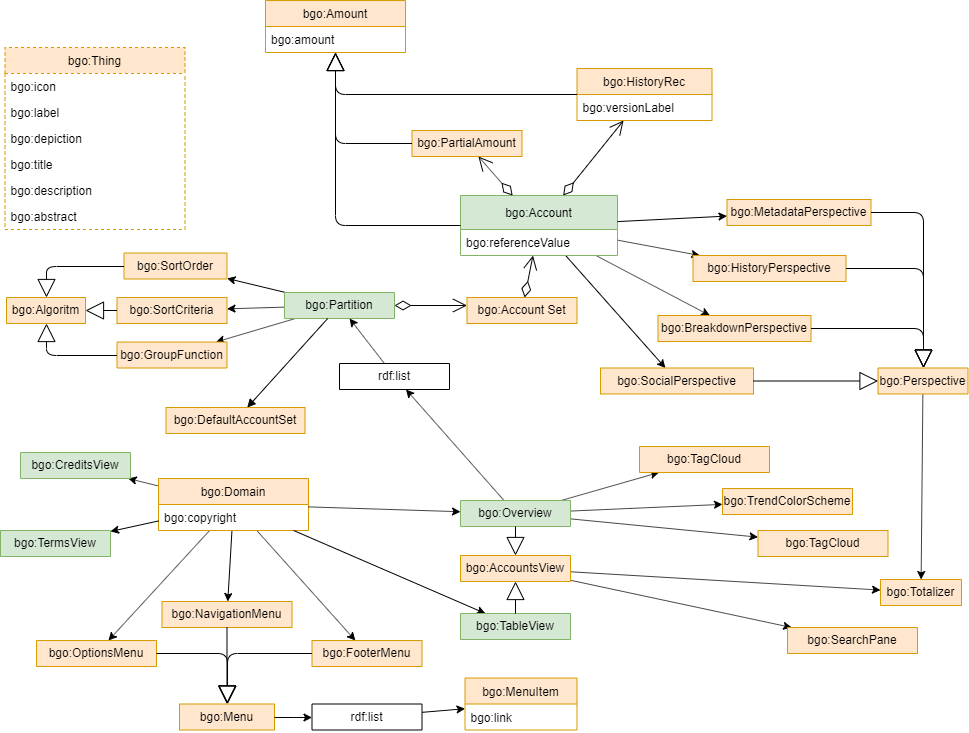
Earlier version of the draw.io export v1/bgo/doc/uml-diagram.png (linkeddatacenter/LODMAP-ontologies). Source tidied: cells renumbered, new cells last; positions are measured from the earlier drawing's top-left corner, leaving out a move shared by most shapes.
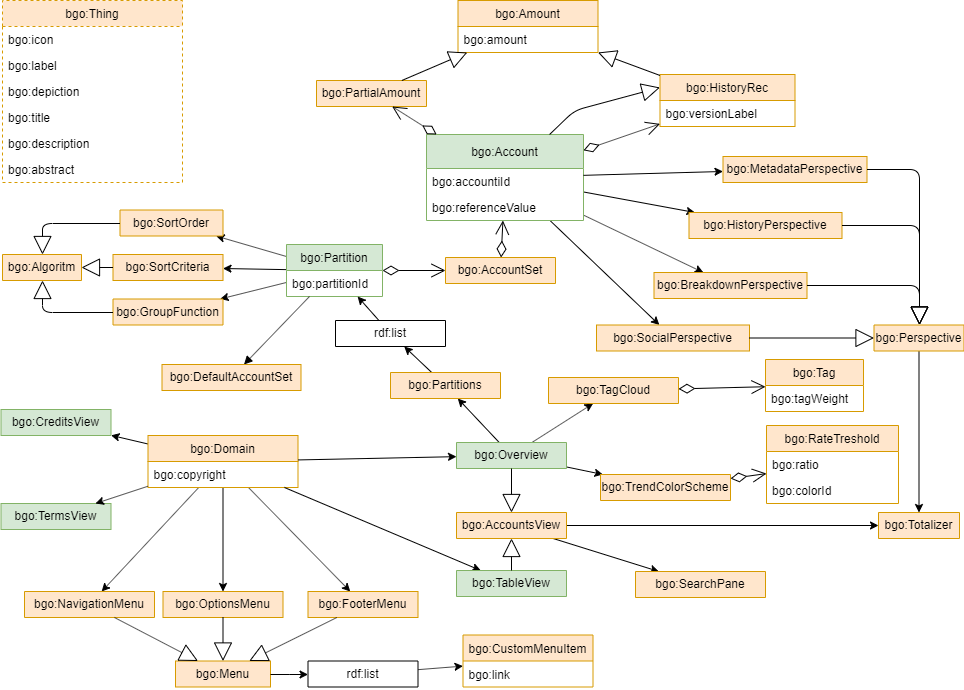
After the change.

What changed in the source:
```diff
@@ -12,37 +12,44 @@
       <mxGeometry relative="1" as="geometry" />
     </mxCell>
     <mxCell id="5" value="bgo:Amount" style="swimlane;fontStyle=0;horizontal=1;startSize=26;fillColor=#ffe6cc;swimlaneFillColor=#ffffff;strokeColor=#d79b00;" parent="1" vertex="1">
-      <mxGeometry x="265" width="140" height="52" as="geometry" />
+      <mxGeometry x="461.5" y="43" width="140" height="52" as="geometry" />
     </mxCell>
     <mxCell id="6" value="bgo:amount&#10;" style="text;strokeColor=none;fillColor=none;align=left;verticalAlign=top;spacingLeft=4;spacingRight=4;overflow=hidden;" parent="5" vertex="1">
       <mxGeometry y="26" width="140" height="26" as="geometry" />
     </mxCell>
     <mxCell id="7" value="bgo:HistoryRec" style="swimlane;fontStyle=0;horizontal=1;startSize=26;fillColor=#ffe6cc;swimlaneFillColor=#ffffff;strokeColor=#d79b00;" parent="1" vertex="1">
-      <mxGeometry x="576.5" y="68" width="135" height="52" as="geometry" />
+      <mxGeometry x="663.5" y="117" width="135" height="52" as="geometry" />
     </mxCell>
     <mxCell id="8" value="bgo:versionLabel" style="text;strokeColor=none;fillColor=none;align=left;verticalAlign=top;spacingLeft=4;spacingRight=4;overflow=hidden;" parent="7" vertex="1">
       <mxGeometry y="26" width="135" height="26" as="geometry" />
     </mxCell>
     <mxCell id="9" value="bgo:PartialAmount" style="swimlane;fontStyle=0;horizontal=1;startSize=26;fillColor=#ffe6cc;swimlaneFillColor=#ffffff;strokeColor=#d79b00;" parent="1" vertex="1" collapsed="1">
-      <mxGeometry x="411.5" y="130" width="110" height="26" as="geometry" />
+      <mxGeometry x="320" y="123" width="110" height="26" as="geometry" />
     </mxCell>
-    <mxCell id="10" style="endArrow=block;endSize=16;endFill=0;html=1;edgeStyle=orthogonalEdgeStyle;" parent="1" edge="1" source="9" target="5">
+    <mxCell id="10" style="endArrow=block;endSize=16;endFill=0;html=1;" parent="1" edge="1" source="9" target="5">
       <mxGeometry relative="1" as="geometry" />
     </mxCell>
-    <mxCell id="11" style="endArrow=block;endSize=16;endFill=0;html=1;edgeStyle=orthogonalEdgeStyle;" parent="1" edge="1" source="7" target="5">
+    <mxCell id="11" style="endArrow=block;endSize=16;endFill=0;html=1;" parent="1" edge="1" source="7" target="5">
       <mxGeometry relative="1" as="geometry" />
     </mxCell>
     <mxCell id="12" value="bgo:Account" style="swimlane;fontStyle=0;horizontal=1;startSize=34;fillColor=#d5e8d4;swimlaneFillColor=#ffffff;strokeColor=#82b366;" parent="1" vertex="1">
-      <mxGeometry x="460" y="195" width="157" height="60" as="geometry" />
+      <mxGeometry x="430" y="177" width="157" height="86" as="geometry" />
     </mxCell>
+    <mxCell id="103" value="bgo:accountiId" style="text;strokeColor=none;fillColor=none;align=left;verticalAlign=top;spacingLeft=4;spacingRight=4;overflow=hidden;" parent="12" vertex="1">
+      <mxGeometry y="34" width="157" height="26" as="geometry" />
+    </mxCell>
     <mxCell id="13" value="bgo:referenceValue" style="text;strokeColor=none;fillColor=none;align=left;verticalAlign=top;spacingLeft=4;spacingRight=4;overflow=hidden;" parent="12" vertex="1">
-      <mxGeometry y="34" width="157" height="26" as="geometry" />
+      <mxGeometry y="60" width="157" height="26" as="geometry" />
     </mxCell>
-    <mxCell id="14" style="endArrow=block;endSize=16;endFill=0;html=1;edgeStyle=orthogonalEdgeStyle;" parent="1" edge="1" source="12" target="5">
-      <mxGeometry x="-0.05" y="-7" relative="1" as="geometry" />
+    <mxCell id="14" style="endArrow=block;endSize=16;endFill=0;html=1;entryX=0;entryY=0.25;entryDx=0;entryDy=0;" parent="1" edge="1" source="12" target="7">
+      <mxGeometry x="-0.05" y="-7" relative="1" as="geometry">
+        <Array as="points">
+          <mxPoint x="578" y="153" />
+        </Array>
+      </mxGeometry>
     </mxCell>
     <mxCell id="15" value="bgo:Thing" style="swimlane;fontStyle=0;horizontal=1;startSize=26;fillColor=#ffe6cc;swimlaneFillColor=#ffffff;strokeColor=#d79b00;dashed=1;" parent="1" vertex="1">
-      <mxGeometry x="4.5" y="47" width="180" height="182" as="geometry" />
+      <mxGeometry x="6" y="43" width="180" height="182" as="geometry" />
     </mxCell>
     <mxCell id="16" value="bgo:icon" style="text;strokeColor=none;fillColor=none;align=left;verticalAlign=top;spacingLeft=4;spacingRight=4;overflow=hidden;dashed=1;" parent="15" vertex="1">
       <mxGeometry y="26" width="180" height="26" as="geometry" />
@@ -86,13 +93,13 @@
       <mxGeometry relative="1" as="geometry" />
     </mxCell>
     <mxCell id="29" value="bgo:Domain" style="swimlane;fontStyle=0;horizontal=1;startSize=26;fillColor=#ffe6cc;swimlaneFillColor=#ffffff;strokeColor=#d79b00;" parent="1" vertex="1">
-      <mxGeometry x="158" y="478" width="150" height="52" as="geometry" />
+      <mxGeometry x="151.5" y="478" width="150" height="52" as="geometry" />
     </mxCell>
     <mxCell id="30" value="bgo:copyright" style="text;strokeColor=none;fillColor=none;align=left;verticalAlign=top;spacingLeft=4;spacingRight=4;overflow=hidden;" parent="29" vertex="1">
       <mxGeometry y="26" width="150" height="26" as="geometry" />
     </mxCell>
-    <mxCell id="31" value="bgo:Account Set" style="swimlane;fontStyle=0;horizontal=1;startSize=26;fillColor=#ffe6cc;swimlaneFillColor=#ffffff;strokeColor=#d79b00;" parent="1" vertex="1" collapsed="1">
-      <mxGeometry x="466.5" y="297" width="110" height="26" as="geometry" />
+    <mxCell id="31" value="bgo:AccountSet" style="swimlane;fontStyle=0;horizontal=1;startSize=26;fillColor=#ffe6cc;swimlaneFillColor=#ffffff;strokeColor=#d79b00;" parent="1" vertex="1" collapsed="1">
+      <mxGeometry x="449" y="300" width="110" height="26" as="geometry" />
     </mxCell>
     <mxCell id="32" style="endArrow=open;html=1;endSize=12;startArrow=diamondThin;startSize=14;startFill=0;" parent="1" edge="1" source="31" target="12">
       <mxGeometry relative="1" as="geometry" />
@@ -114,16 +121,14 @@
     <mxCell id="37" style="edgeStyle=none;rounded=0;jettySize=auto;html=1;" parent="1" edge="1" source="38" target="44">
       <mxGeometry relative="1" as="geometry" />
     </mxCell>
-    <mxCell id="38" value="bgo:Partition" style="swimlane;fontStyle=0;horizontal=1;startSize=26;fillColor=#d5e8d4;swimlaneFillColor=#ffffff;strokeColor=#82b366;" parent="1" vertex="1" collapsed="1">
-      <mxGeometry x="284" y="292" width="110" height="26" as="geometry" />
+    <mxCell id="38" value="bgo:Partition" style="swimlane;fontStyle=0;horizontal=1;startSize=26;fillColor=#d5e8d4;swimlaneFillColor=#ffffff;strokeColor=#82b366;" parent="1" vertex="1">
+      <mxGeometry x="290" y="287" width="96" height="52" as="geometry" />
     </mxCell>
+    <mxCell id="104" value="bgo:partitionId" style="text;strokeColor=none;fillColor=none;align=left;verticalAlign=top;spacingLeft=4;spacingRight=4;overflow=hidden;" parent="38" vertex="1">
+      <mxGeometry y="26" width="96" height="26" as="geometry" />
+    </mxCell>
-    <mxCell id="39" style="endArrow=open;html=1;endSize=12;startArrow=diamondThin;startSize=14;startFill=0;edgeStyle=orthogonalEdgeStyle;" parent="1" edge="1" source="38" target="31">
-      <mxGeometry x="-0.16" relative="1" as="geometry">
-        <Array as="points">
-          <mxPoint x="566" y="307.5" />
-          <mxPoint x="566" y="307.5" />
-        </Array>
-      </mxGeometry>
+    <mxCell id="39" style="endArrow=open;html=1;endSize=12;startArrow=diamondThin;startSize=14;startFill=0;" parent="1" edge="1" source="38" target="31">
+      <mxGeometry x="-0.16" relative="1" as="geometry" />
     </mxCell>
     <mxCell id="40" style="html=1;align=left;verticalAlign=top;labelBackgroundColor=#ffffff;fontSize=10;rotation=10;" parent="39" vertex="1">
       <mxGeometry x="-1" relative="1" as="geometry">
@@ -163,20 +168,17 @@
     <mxCell id="51" value="bgo:DefaultAccountSet" style="swimlane;fontStyle=0;horizontal=1;startSize=26;fillColor=#ffe6cc;swimlaneFillColor=#ffffff;strokeColor=#d79b00;" parent="1" vertex="1" collapsed="1">
       <mxGeometry x="165.5" y="407" width="139" height="26" as="geometry" />
     </mxCell>
-    <mxCell id="52" style="edgeStyle=none;rounded=0;jettySize=auto;html=1;" parent="1" edge="1" source="56" target="81">
-      <mxGeometry relative="1" as="geometry" />
-    </mxCell>
     <mxCell id="53" style="edgeStyle=none;rounded=0;jettySize=auto;html=1;" parent="1" edge="1" source="56" target="84">
       <mxGeometry relative="1" as="geometry" />
     </mxCell>
     <mxCell id="54" style="edgeStyle=none;rounded=0;jettySize=auto;html=1;" parent="1" edge="1" source="56" target="83">
       <mxGeometry relative="1" as="geometry" />
     </mxCell>
-    <mxCell id="55" style="edgeStyle=none;rounded=0;jettySize=auto;html=1;" parent="1" edge="1" source="56" target="74">
+    <mxCell id="55" style="edgeStyle=none;rounded=0;jettySize=auto;html=1;" parent="1" edge="1" source="56" target="106">
       <mxGeometry relative="1" as="geometry" />
     </mxCell>
     <mxCell id="56" value="bgo:Overview" style="swimlane;fontStyle=0;horizontal=1;startSize=26;fillColor=#d5e8d4;swimlaneFillColor=#ffffff;strokeColor=#82b366;" parent="1" vertex="1" collapsed="1">
-      <mxGeometry x="460" y="500" width="110" height="26" as="geometry" />
+      <mxGeometry x="460" y="485" width="110" height="26" as="geometry" />
     </mxCell>
     <mxCell id="57" style="edgeStyle=none;rounded=0;jettySize=auto;html=1;" parent="1" edge="1" source="59" target="82">
       <mxGeometry relative="1" as="geometry" />
@@ -200,30 +202,30 @@
       <mxGeometry x="600" y="367.5" width="153" height="26" as="geometry" />
     </mxCell>
     <mxCell id="64" value="bgo:CreditsView" style="swimlane;fontStyle=0;horizontal=1;startSize=26;fillColor=#d5e8d4;swimlaneFillColor=#ffffff;strokeColor=#82b366;" parent="1" vertex="1" collapsed="1">
-      <mxGeometry x="20" y="452" width="110" height="26" as="geometry" />
+      <mxGeometry x="4.5" y="452" width="110" height="26" as="geometry" />
     </mxCell>
     <mxCell id="65" value="bgo:TermsView" style="swimlane;fontStyle=0;horizontal=1;startSize=26;fillColor=#d5e8d4;swimlaneFillColor=#ffffff;strokeColor=#82b366;" parent="1" vertex="1" collapsed="1">
-      <mxGeometry y="530" width="110" height="26" as="geometry" />
+      <mxGeometry x="4.5" y="546" width="110" height="26" as="geometry" />
     </mxCell>
     <mxCell id="66" value="bgo:NavigationMenu" style="swimlane;fontStyle=0;horizontal=1;startSize=26;fillColor=#ffe6cc;swimlaneFillColor=#ffffff;strokeColor=#d79b00;" parent="1" vertex="1" collapsed="1">
-      <mxGeometry x="161.5" y="601" width="130" height="26" as="geometry" />
+      <mxGeometry x="28" y="634" width="130" height="26" as="geometry" />
     </mxCell>
     <mxCell id="67" value="bgo:OptionsMenu" style="swimlane;fontStyle=0;horizontal=1;startSize=26;fillColor=#ffe6cc;swimlaneFillColor=#ffffff;strokeColor=#d79b00;" parent="1" vertex="1" collapsed="1">
-      <mxGeometry x="36" y="640" width="120" height="26" as="geometry" />
+      <mxGeometry x="166.5" y="634" width="120" height="26" as="geometry" />
     </mxCell>
     <mxCell id="68" value="bgo:FooterMenu" style="swimlane;fontStyle=0;horizontal=1;startSize=26;fillColor=#ffe6cc;swimlaneFillColor=#ffffff;strokeColor=#d79b00;" parent="1" vertex="1" collapsed="1">
-      <mxGeometry x="311.5" y="640" width="110" height="26" as="geometry" />
+      <mxGeometry x="311.5" y="634" width="110" height="26" as="geometry" />
     </mxCell>
     <mxCell id="69" value="bgo:Menu" style="swimlane;fontStyle=0;horizontal=1;startSize=26;fillColor=#ffe6cc;swimlaneFillColor=#ffffff;strokeColor=#d79b00;" parent="1" vertex="1" collapsed="1">
       <mxGeometry x="179" y="703.5" width="95" height="26" as="geometry" />
     </mxCell>
-    <mxCell id="70" style="endArrow=block;endSize=16;endFill=0;html=1;edgeStyle=orthogonalEdgeStyle;" parent="1" edge="1" source="67" target="69">
+    <mxCell id="70" style="endArrow=block;endSize=16;endFill=0;html=1;" parent="1" edge="1" source="67" target="69">
       <mxGeometry relative="1" as="geometry" />
     </mxCell>
-    <mxCell id="71" style="endArrow=block;endSize=16;endFill=0;html=1;edgeStyle=orthogonalEdgeStyle;" parent="1" edge="1" source="66" target="69">
+    <mxCell id="71" style="endArrow=block;endSize=16;endFill=0;html=1;" parent="1" edge="1" source="66" target="69">
       <mxGeometry relative="1" as="geometry" />
     </mxCell>
-    <mxCell id="72" style="endArrow=block;endSize=16;endFill=0;html=1;edgeStyle=orthogonalEdgeStyle;" parent="1" edge="1" source="68" target="69">
+    <mxCell id="72" style="endArrow=block;endSize=16;endFill=0;html=1;" parent="1" edge="1" source="68" target="69">
       <mxGeometry relative="1" as="geometry" />
     </mxCell>
     <mxCell id="73" style="rounded=0;jettySize=auto;html=1;" parent="1" edge="1" source="74" target="38">
@@ -241,26 +243,23 @@
     <mxCell id="77" style="edgeStyle=orthogonalEdgeStyle;curved=1;rounded=0;jettySize=auto;html=1;" parent="1" edge="1" source="69" target="76">
       <mxGeometry relative="1" as="geometry" />
     </mxCell>
-    <mxCell id="78" value="bgo:MenuItem" style="swimlane;fontStyle=0;horizontal=1;startSize=26;fillColor=#ffe6cc;swimlaneFillColor=#ffffff;strokeColor=#d79b00;" parent="1" vertex="1">
-      <mxGeometry x="464.5" y="677.5" width="112" height="52" as="geometry" />
+    <mxCell id="78" value="bgo:CustomMenuItem" style="swimlane;fontStyle=0;horizontal=1;startSize=26;fillColor=#ffe6cc;swimlaneFillColor=#ffffff;strokeColor=#d79b00;" parent="1" vertex="1">
+      <mxGeometry x="466.5" y="677.5" width="130" height="52" as="geometry" />
     </mxCell>
     <mxCell id="79" value="bgo:link" style="text;strokeColor=none;fillColor=none;align=left;verticalAlign=top;spacingLeft=4;spacingRight=4;overflow=hidden;dashed=1;" parent="78" vertex="1">
-      <mxGeometry y="26" width="112" height="26" as="geometry" />
+      <mxGeometry y="26" width="130" height="26" as="geometry" />
     </mxCell>
     <mxCell id="80" value="bgo:Totalizer" style="swimlane;fontStyle=0;horizontal=1;startSize=26;fillColor=#ffe6cc;swimlaneFillColor=#ffffff;strokeColor=#d79b00;" parent="1" vertex="1" collapsed="1">
-      <mxGeometry x="880" y="579" width="81" height="26" as="geometry" />
+      <mxGeometry x="882" y="555" width="81" height="26" as="geometry" />
     </mxCell>
-    <mxCell id="81" value="bgo:TagCloud" style="swimlane;fontStyle=0;horizontal=1;startSize=26;fillColor=#ffe6cc;swimlaneFillColor=#ffffff;strokeColor=#d79b00;" parent="1" vertex="1" collapsed="1">
-      <mxGeometry x="639" y="446" width="130" height="26" as="geometry" />
-    </mxCell>
     <mxCell id="82" value="bgo:SearchPane" style="swimlane;fontStyle=0;horizontal=1;startSize=26;fillColor=#ffe6cc;swimlaneFillColor=#ffffff;strokeColor=#d79b00;" parent="1" vertex="1" collapsed="1">
-      <mxGeometry x="787" y="627" width="130" height="26" as="geometry" />
+      <mxGeometry x="639" y="614" width="130" height="26" as="geometry" />
     </mxCell>
     <mxCell id="83" value="bgo:TagCloud" style="swimlane;fontStyle=0;horizontal=1;startSize=26;fillColor=#ffe6cc;swimlaneFillColor=#ffffff;strokeColor=#d79b00;" parent="1" vertex="1" collapsed="1">
-      <mxGeometry x="757.5" y="530" width="130" height="26" as="geometry" />
+      <mxGeometry x="552" y="420" width="130" height="26" as="geometry" />
     </mxCell>
     <mxCell id="84" value="bgo:TrendColorScheme" style="swimlane;fontStyle=0;horizontal=1;startSize=26;fillColor=#ffe6cc;swimlaneFillColor=#ffffff;strokeColor=#d79b00;" parent="1" vertex="1" collapsed="1">
-      <mxGeometry x="722" y="488" width="130" height="26" as="geometry" />
+      <mxGeometry x="604" y="517" width="130" height="26" as="geometry" />
     </mxCell>
     <mxCell id="85" style="edgeStyle=none;rounded=0;jettySize=auto;html=1;" parent="1" edge="1" source="12" target="60">
       <mxGeometry relative="1" as="geometry" />
@@ -306,9 +305,6 @@
     <mxCell id="98" style="html=1;align=right;verticalAlign=top;labelBackgroundColor=#ffffff;fontSize=10;" parent="96" vertex="1">
       <mxGeometry x="1" relative="1" as="geometry" />
     </mxCell>
-    <mxCell id="99" style="edgeStyle=orthogonalEdgeStyle;rounded=0;orthogonalLoop=1;jettySize=auto;html=1;exitX=0.5;exitY=1;exitDx=0;exitDy=0;" parent="1" edge="1" source="64" target="64">
-      <mxGeometry relative="1" as="geometry" />
-    </mxCell>
     <mxCell id="100" style="endArrow=block;endSize=16;endFill=0;html=1;" parent="1" edge="1" source="56" target="59">
       <mxGeometry relative="1" as="geometry" />
     </mxCell>
@@ -318,5 +314,48 @@
     <mxCell id="102" style="endArrow=block;endSize=16;endFill=0;html=1;" parent="1" edge="1" source="101" target="59">
       <mxGeometry relative="1" as="geometry" />
     </mxCell>
+    <mxCell id="105" style="rounded=0;jettySize=auto;html=1;" parent="1" edge="1" source="106" target="74">
+      <mxGeometry relative="1" as="geometry" />
+    </mxCell>
+    <mxCell id="106" value="bgo:Partitions" style="swimlane;fontStyle=0;horizontal=1;startSize=26;fillColor=#ffe6cc;swimlaneFillColor=#ffffff;strokeColor=#d79b00;" parent="1" vertex="1" collapsed="1">
+      <mxGeometry x="394" y="415" width="110" height="26" as="geometry" />
+    </mxCell>
+    <mxCell id="107" value="bgo:RateTreshold" style="swimlane;fontStyle=0;horizontal=1;startSize=26;fillColor=#ffe6cc;swimlaneFillColor=#ffffff;strokeColor=#d79b00;" parent="1" vertex="1">
+      <mxGeometry x="770" y="468" width="132" height="78" as="geometry" />
+    </mxCell>
+    <mxCell id="108" value="bgo:ratio" style="text;strokeColor=none;fillColor=none;align=left;verticalAlign=top;spacingLeft=4;spacingRight=4;overflow=hidden;" parent="107" vertex="1">
+      <mxGeometry y="26" width="132" height="26" as="geometry" />
+    </mxCell>
+    <mxCell id="109" value="bgo:colorId" style="text;strokeColor=none;fillColor=none;align=left;verticalAlign=top;spacingLeft=4;spacingRight=4;overflow=hidden;" parent="107" vertex="1">
+      <mxGeometry y="52" width="132" height="26" as="geometry" />
+    </mxCell>
+    <mxCell id="110" style="endArrow=open;html=1;endSize=12;startArrow=diamondThin;startSize=14;startFill=0;" parent="1" edge="1" source="84" target="107">
+      <mxGeometry relative="1" as="geometry" />
+    </mxCell>
+    <mxCell id="111" style="html=1;align=left;verticalAlign=top;labelBackgroundColor=#ffffff;fontSize=10;rotation=10;" parent="110" vertex="1">
+      <mxGeometry x="-1" relative="1" as="geometry">
+        <mxPoint x="8" y="-32" as="offset" />
+      </mxGeometry>
+    </mxCell>
+    <mxCell id="112" style="html=1;align=right;verticalAlign=top;labelBackgroundColor=#ffffff;fontSize=10;" parent="110" vertex="1">
+      <mxGeometry x="1" relative="1" as="geometry" />
+    </mxCell>
+    <mxCell id="113" value="bgo:Tag" style="swimlane;fontStyle=0;horizontal=1;startSize=26;fillColor=#ffe6cc;swimlaneFillColor=#ffffff;strokeColor=#d79b00;" parent="1" vertex="1">
+      <mxGeometry x="769" y="402" width="98" height="52" as="geometry" />
+    </mxCell>
+    <mxCell id="114" value="bgo:tagWeight" style="text;strokeColor=none;fillColor=none;align=left;verticalAlign=top;spacingLeft=4;spacingRight=4;overflow=hidden;" parent="113" vertex="1">
+      <mxGeometry y="26" width="98" height="26" as="geometry" />
+    </mxCell>
+    <mxCell id="115" style="endArrow=open;html=1;endSize=12;startArrow=diamondThin;startSize=14;startFill=0;" parent="1" edge="1" source="83" target="113">
+      <mxGeometry relative="1" as="geometry" />
+    </mxCell>
+    <mxCell id="116" style="html=1;align=left;verticalAlign=top;labelBackgroundColor=#ffffff;fontSize=10;rotation=10;" parent="115" vertex="1">
+      <mxGeometry x="-1" relative="1" as="geometry">
+        <mxPoint x="8" y="-32" as="offset" />
+      </mxGeometry>
+    </mxCell>
+    <mxCell id="117" style="html=1;align=right;verticalAlign=top;labelBackgroundColor=#ffffff;fontSize=10;" parent="115" vertex="1">
+      <mxGeometry x="1" relative="1" as="geometry" />
+    </mxCell>
   </root>
 </mxGraphModel>
```
